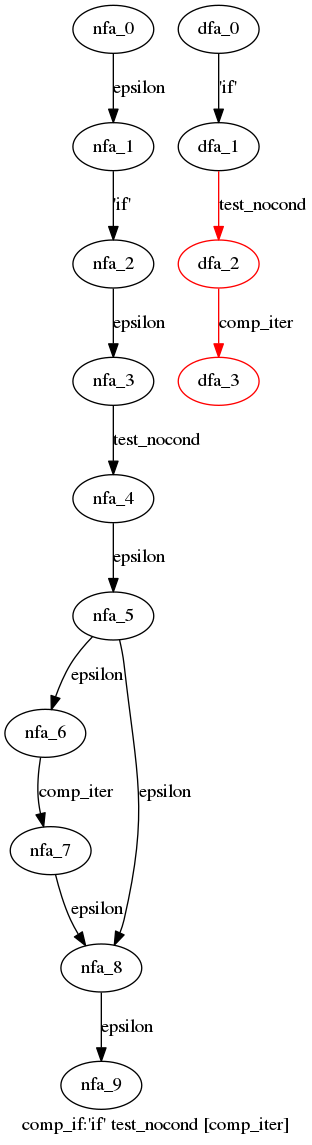
Earlier version of the Graphviz export cpython/grammar/handwrite/nfa_dfas/84.comp_if.dot.png (WinChua/blog). Its source is kept beside it as cpython/grammar/handwrite/nfa_dfas/84.comp_if.dot.
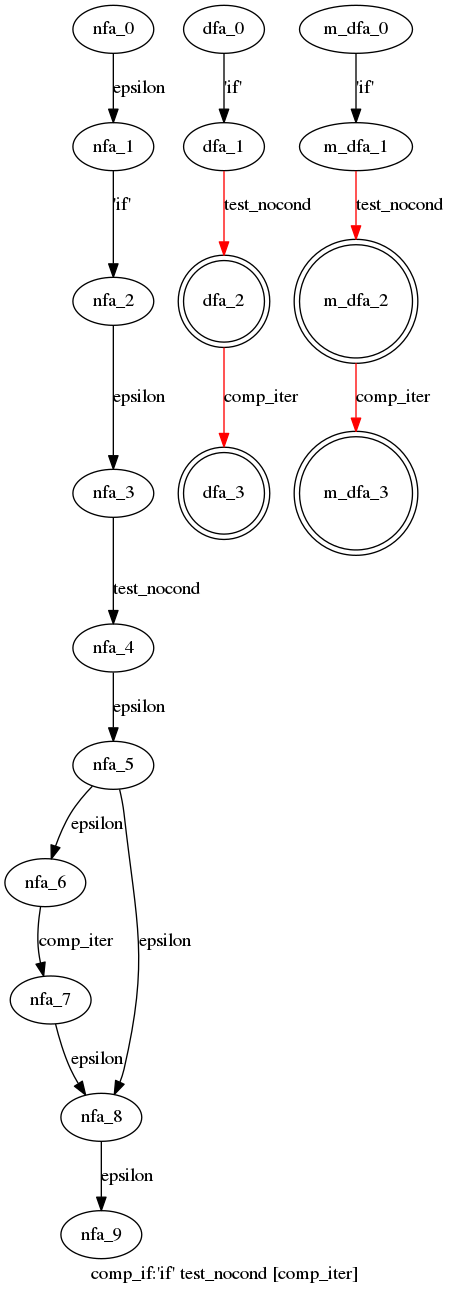
Later version of the same file.

What changed in the source:
```diff
@@ -16,7 +16,14 @@
   dfa_0->dfa_1[label="'if'"]
   dfa_1->dfa_2[label="test_nocond",color=red]
   dfa_2->dfa_3[label="comp_iter",color=red]
-  dfa_2[color=red]
-  dfa_3[color=red]
+  dfa_2[shape=doublecircle]
+  dfa_3[shape=doublecircle]
+  }
+ subgraph comp_if_m_dfa {
+  m_dfa_0->m_dfa_1[label="'if'"]
+  m_dfa_1->m_dfa_2[label="test_nocond",color=red]
+  m_dfa_2->m_dfa_3[label="comp_iter",color=red]
+  m_dfa_2[shape=doublecircle]
+  m_dfa_3[shape=doublecircle]
   }
 }
```
